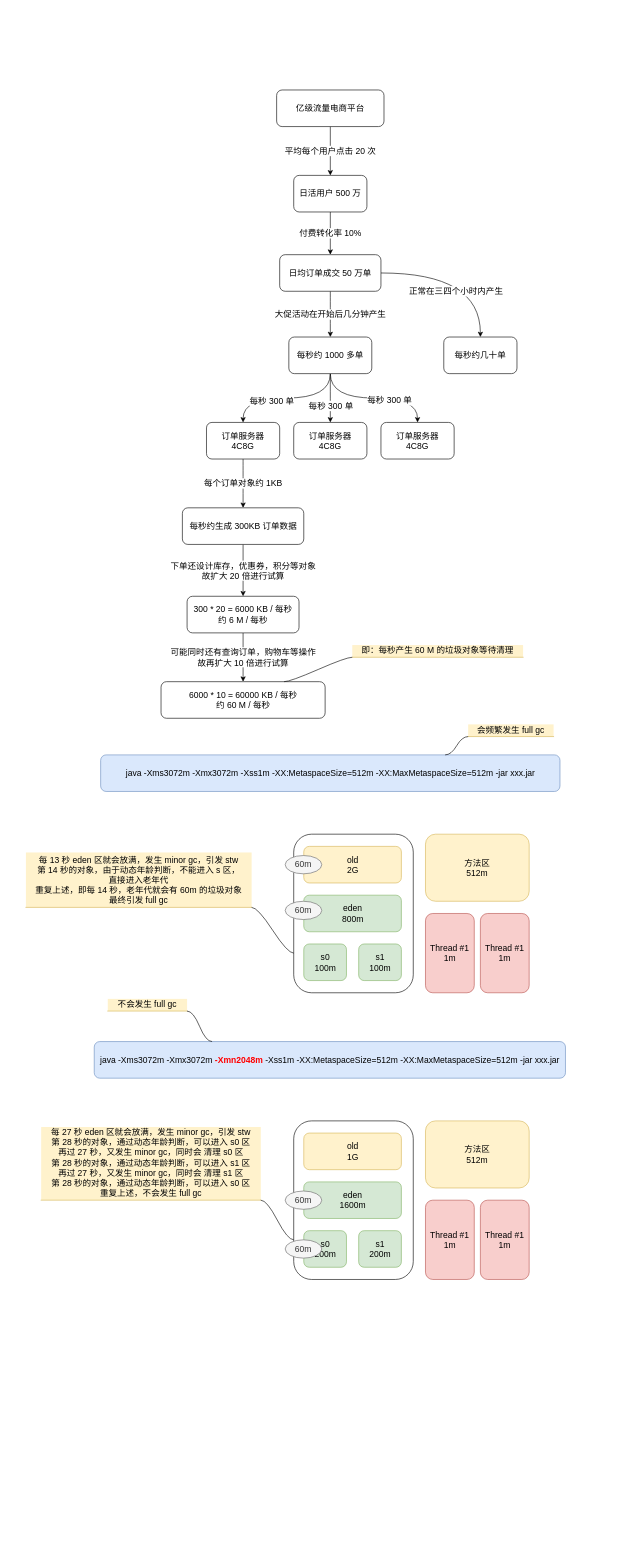
Earlier version of the draw.io diagram jvm/优化案例.drawio (thebesteric/draw.io). Source tidied: cells renumbered, new cells numbered last; positions are measured from the earlier drawing's top-left corner, leaving out a move shared by most shapes. Both pictures are drawn from the tidied source at 61%, with x=0, y=0 at pixel (26, 90).
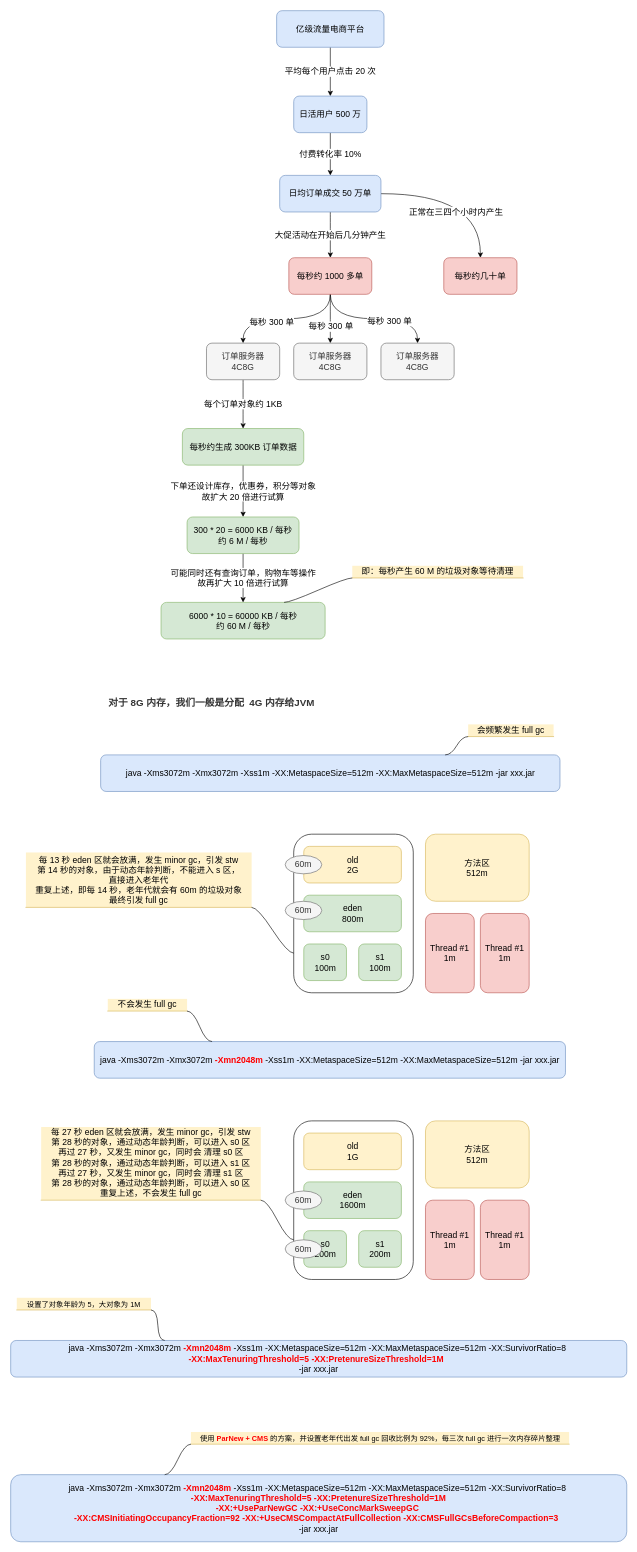
Above is the later version.

Change to the diagram source:
```diff
@@
-    <mxCell id="4" value="亿级流量电商平台" style="rounded=1;whiteSpace=wrap;html=1;shadow=0;labelBackgroundColor=none;fontSize=14;fontColor=#000000;fillColor=default;gradientColor=none;" parent="1" vertex="1">
-      <mxGeometry x="411" width="176" height="60" as="geometry" />
+    <mxCell id="4" value="亿级流量电商平台" style="rounded=1;whiteSpace=wrap;html=1;shadow=0;labelBackgroundColor=none;fontSize=14;fillColor=#dae8fc;strokeColor=#6c8ebf;" parent="1" vertex="1">
+      <mxGeometry x="411" y="-130" width="176" height="60" as="geometry" />
     </mxCell>
@@
-    <mxCell id="6" value="日活用户 500 万" style="whiteSpace=wrap;html=1;fontSize=14;fontColor=#000000;rounded=1;shadow=0;labelBackgroundColor=none;gradientColor=none;" parent="1" vertex="1">
-      <mxGeometry x="439" y="140" width="120" height="60" as="geometry" />
+    <mxCell id="6" value="日活用户 500 万" style="whiteSpace=wrap;html=1;fontSize=14;rounded=1;shadow=0;labelBackgroundColor=none;fillColor=#dae8fc;strokeColor=#6c8ebf;" parent="1" vertex="1">
+      <mxGeometry x="439" y="10" width="120" height="60" as="geometry" />
     </mxCell>
@@
-    <mxCell id="9" value="日均订单成交 50 万单" style="whiteSpace=wrap;html=1;fontSize=14;fontColor=#000000;rounded=1;shadow=0;labelBackgroundColor=none;gradientColor=none;" parent="1" vertex="1">
-      <mxGeometry x="416" y="270" width="166" height="60" as="geometry" />
+    <mxCell id="9" value="日均订单成交 50 万单" style="whiteSpace=wrap;html=1;fontSize=14;rounded=1;shadow=0;labelBackgroundColor=none;fillColor=#dae8fc;strokeColor=#6c8ebf;" parent="1" vertex="1">
+      <mxGeometry x="416" y="140" width="166" height="60" as="geometry" />
     </mxCell>
-    <mxCell id="10" value="每秒约几十单" style="whiteSpace=wrap;html=1;fontSize=14;fontColor=#000000;rounded=1;shadow=0;labelBackgroundColor=none;gradientColor=none;" parent="1" vertex="1">
-      <mxGeometry x="685" y="405" width="120" height="60" as="geometry" />
+    <mxCell id="10" value="每秒约几十单" style="whiteSpace=wrap;html=1;fontSize=14;rounded=1;shadow=0;labelBackgroundColor=none;fillColor=#f8cecc;strokeColor=#b85450;" parent="1" vertex="1">
+      <mxGeometry x="685" y="275" width="120" height="60" as="geometry" />
     </mxCell>
@@
-    <mxCell id="17" value="每秒约 1000 多单" style="whiteSpace=wrap;html=1;fontSize=14;fontColor=#000000;rounded=1;shadow=0;labelBackgroundColor=none;gradientColor=none;" parent="1" vertex="1">
-      <mxGeometry x="431" y="405" width="136" height="60" as="geometry" />
+    <mxCell id="17" value="每秒约 1000 多单" style="whiteSpace=wrap;html=1;fontSize=14;rounded=1;shadow=0;labelBackgroundColor=none;fillColor=#f8cecc;strokeColor=#b85450;" parent="1" vertex="1">
+      <mxGeometry x="431" y="275" width="136" height="60" as="geometry" />
     </mxCell>
@@
-    <mxCell id="19" value="订单服务器&lt;br&gt;4C8G" style="whiteSpace=wrap;html=1;fontSize=14;fontColor=#000000;rounded=1;shadow=0;labelBackgroundColor=none;gradientColor=none;" parent="1" vertex="1">
-      <mxGeometry x="296" y="545" width="120" height="60" as="geometry" />
+    <mxCell id="19" value="订单服务器&lt;br&gt;4C8G" style="whiteSpace=wrap;html=1;fontSize=14;fontColor=#333333;rounded=1;shadow=0;labelBackgroundColor=none;fillColor=#f5f5f5;strokeColor=#666666;" parent="1" vertex="1">
+      <mxGeometry x="296" y="415" width="120" height="60" as="geometry" />
     </mxCell>
-    <mxCell id="20" value="订单服务器&lt;br&gt;4C8G" style="whiteSpace=wrap;html=1;fontSize=14;fontColor=#000000;rounded=1;shadow=0;labelBackgroundColor=none;gradientColor=none;" parent="1" vertex="1">
-      <mxGeometry x="439" y="545" width="120" height="60" as="geometry" />
+    <mxCell id="20" value="订单服务器&lt;br&gt;4C8G" style="whiteSpace=wrap;html=1;fontSize=14;fontColor=#333333;rounded=1;shadow=0;labelBackgroundColor=none;fillColor=#f5f5f5;strokeColor=#666666;" parent="1" vertex="1">
+      <mxGeometry x="439" y="415" width="120" height="60" as="geometry" />
     </mxCell>
-    <mxCell id="21" value="&lt;span style=&quot;&quot;&gt;订单服务器&lt;/span&gt;&lt;br style=&quot;&quot;&gt;&lt;span style=&quot;&quot;&gt;4C8G&lt;/span&gt;" style="whiteSpace=wrap;html=1;fontSize=14;fontColor=#000000;rounded=1;shadow=0;labelBackgroundColor=none;gradientColor=none;" parent="1" vertex="1">
-      <mxGeometry x="582" y="545" width="120" height="60" as="geometry" />
+    <mxCell id="21" value="&lt;span style=&quot;&quot;&gt;订单服务器&lt;/span&gt;&lt;br style=&quot;&quot;&gt;&lt;span style=&quot;&quot;&gt;4C8G&lt;/span&gt;" style="whiteSpace=wrap;html=1;fontSize=14;fontColor=#333333;rounded=1;shadow=0;labelBackgroundColor=none;fillColor=#f5f5f5;strokeColor=#666666;" parent="1" vertex="1">
+      <mxGeometry x="582" y="415" width="120" height="60" as="geometry" />
     </mxCell>
@@
-    <mxCell id="23" value="每秒约生成 300KB 订单数据" style="whiteSpace=wrap;html=1;fontSize=14;fontColor=#000000;rounded=1;shadow=0;labelBackgroundColor=none;gradientColor=none;" parent="1" vertex="1">
-      <mxGeometry x="256.5" y="685" width="199" height="60" as="geometry" />
+    <mxCell id="23" value="每秒约生成 300KB 订单数据" style="whiteSpace=wrap;html=1;fontSize=14;rounded=1;shadow=0;labelBackgroundColor=none;fillColor=#d5e8d4;strokeColor=#82b366;" parent="1" vertex="1">
+      <mxGeometry x="256.5" y="555" width="199" height="60" as="geometry" />
     </mxCell>
@@
-    <mxCell id="25" value="300 * 20 = 6000 KB / 每秒&lt;br&gt;约 6 M / 每秒" style="whiteSpace=wrap;html=1;fontSize=14;fontColor=#000000;rounded=1;shadow=0;labelBackgroundColor=none;gradientColor=none;" parent="1" vertex="1">
-      <mxGeometry x="264.2" y="830" width="183.5" height="60" as="geometry" />
+    <mxCell id="25" value="300 * 20 = 6000 KB / 每秒&lt;br&gt;约 6 M / 每秒" style="whiteSpace=wrap;html=1;fontSize=14;rounded=1;shadow=0;labelBackgroundColor=none;fillColor=#d5e8d4;strokeColor=#82b366;" parent="1" vertex="1">
+      <mxGeometry x="264.2" y="700" width="183.5" height="60" as="geometry" />
     </mxCell>
-    <mxCell id="26" value="&lt;span style=&quot;&quot;&gt;6000 * 10 = 60000 KB / 每秒&lt;br&gt;约 60 M / 每秒&lt;br&gt;&lt;/span&gt;" style="whiteSpace=wrap;html=1;fontSize=14;fontColor=#000000;rounded=1;shadow=0;labelBackgroundColor=none;gradientColor=none;" parent="1" vertex="1">
-      <mxGeometry x="221.5" y="970" width="269" height="60" as="geometry" />
+    <mxCell id="26" value="&lt;span style=&quot;&quot;&gt;6000 * 10 = 60000 KB / 每秒&lt;br&gt;约 60 M / 每秒&lt;br&gt;&lt;/span&gt;" style="whiteSpace=wrap;html=1;fontSize=14;rounded=1;shadow=0;labelBackgroundColor=none;fillColor=#d5e8d4;strokeColor=#82b366;" parent="1" vertex="1">
+      <mxGeometry x="221.5" y="840" width="269" height="60" as="geometry" />
     </mxCell>
     <mxCell id="27" value="即：每秒产生 60 M 的垃圾对象等待清理" style="whiteSpace=wrap;html=1;shape=partialRectangle;top=0;left=0;bottom=1;right=0;points=[[0,1],[1,1]];fillColor=#fff2cc;align=center;verticalAlign=bottom;routingCenterY=0.5;snapToPoint=1;newEdgeStyle={&quot;edgeStyle&quot;:&quot;entityRelationEdgeStyle&quot;,&quot;startArrow&quot;:&quot;none&quot;,&quot;endArrow&quot;:&quot;none&quot;,&quot;segment&quot;:10,&quot;curved&quot;:1};shadow=0;labelBackgroundColor=none;fontSize=14;strokeColor=#d6b656;" parent="1" vertex="1">
-      <mxGeometry x="535" y="910" width="280" height="20" as="geometry" />
+      <mxGeometry x="535" y="780" width="280" height="20" as="geometry" />
     </mxCell>
@@
+    <mxCell id="58" value="java -Xms3072m -Xmx3072m &lt;b&gt;&lt;font color=&quot;#ff0000&quot;&gt;-Xmn2048m&lt;/font&gt;&lt;/b&gt; -Xss1m -XX:MetaspaceSize=512m -XX:MaxMetaspaceSize=512m&amp;nbsp;&lt;span style=&quot;background-color: initial;&quot;&gt;-XX:SurvivorRatio=8&amp;nbsp;&lt;br&gt;&lt;/span&gt;&lt;div style=&quot;&quot;&gt;&lt;b&gt;&lt;font color=&quot;#ff0000&quot;&gt;                -XX:MaxTenuringThreshold=5 -XX:PretenureSizeThreshold=1M&lt;/font&gt;&lt;/b&gt; &amp;nbsp;&lt;/div&gt;&lt;span style=&quot;background-color: initial;&quot;&gt;              &lt;/span&gt;-jar xxx.jar" style="rounded=1;whiteSpace=wrap;html=1;shadow=0;labelBackgroundColor=none;fontSize=14;fillColor=#dae8fc;strokeColor=#6c8ebf;" parent="1" vertex="1">
+      <mxGeometry x="-25" y="2050" width="1010" height="60" as="geometry" />
+    </mxCell>
+    <mxCell id="59" value="&lt;div style=&quot;line-height: 1.75; font-size: 14px; text-align: left;&quot; id=&quot;jhQO-1654789365863&quot;&gt;&lt;span style=&quot;font-size: 16px;color: rgb(53, 53, 53);font-weight: bold;&quot;&gt;对于 8G 内存，我们一般是分配&amp;nbsp; 4G 内存给JVM&lt;/span&gt;&lt;/div&gt;" style="text;html=1;strokeColor=none;fillColor=none;align=center;verticalAlign=middle;whiteSpace=wrap;rounded=0;shadow=0;labelBackgroundColor=none;fontSize=12;fontColor=#FF0000;" parent="1" vertex="1">
+      <mxGeometry x="122.5" y="990" width="363" height="30" as="geometry" />
+    </mxCell>
+    <mxCell id="60" value="设置了对象年龄为 5，大对象为 1M" style="whiteSpace=wrap;html=1;shape=partialRectangle;top=0;left=0;bottom=1;right=0;points=[[0,1],[1,1]];fillColor=#fff2cc;align=center;verticalAlign=bottom;routingCenterY=0.5;snapToPoint=1;newEdgeStyle={&quot;edgeStyle&quot;:&quot;entityRelationEdgeStyle&quot;,&quot;startArrow&quot;:&quot;none&quot;,&quot;endArrow&quot;:&quot;none&quot;,&quot;segment&quot;:10,&quot;curved&quot;:1};shadow=0;labelBackgroundColor=none;fontSize=12;strokeColor=#d6b656;" parent="1" vertex="1">
+      <mxGeometry x="-15" y="1980" width="220" height="20" as="geometry" />
+    </mxCell>
+    <mxCell id="61" style="edgeStyle=entityRelationEdgeStyle;startArrow=none;endArrow=none;segment=10;curved=1;rounded=0;fontColor=#000000;labelBackgroundColor=none;fontSize=12;exitX=0.25;exitY=0;exitDx=0;exitDy=0;" parent="1" edge="1" source="58" target="60">
+      <mxGeometry relative="1" as="geometry" />
+    </mxCell>
+    <mxCell id="62" value="java -Xms3072m -Xmx3072m &lt;b&gt;&lt;font color=&quot;#ff0000&quot;&gt;-Xmn2048m&lt;/font&gt;&lt;/b&gt; -Xss1m -XX:MetaspaceSize=512m -XX:MaxMetaspaceSize=512m&amp;nbsp;&lt;span style=&quot;background-color: initial;&quot;&gt;-XX:SurvivorRatio=8&amp;nbsp;&lt;br&gt;&lt;/span&gt;&lt;div style=&quot;&quot;&gt;&lt;b&gt;&lt;font color=&quot;#ff0000&quot;&gt;                -XX:MaxTenuringThreshold=5 -XX:PretenureSizeThreshold=1M&lt;/font&gt;&lt;/b&gt;&lt;/div&gt;&lt;div style=&quot;&quot;&gt;&lt;b&gt;&lt;font color=&quot;#ff0000&quot;&gt;                -XX:+UseParNewGC -XX:+UseConcMarkSweepGC&lt;/font&gt;&lt;/b&gt;&amp;nbsp;&lt;/div&gt;&lt;div style=&quot;&quot;&gt;&lt;b&gt;&lt;font color=&quot;#ff0000&quot;&gt;                -XX:CMSInitiatingOccupancyFraction=92 -XX:+UseCMSCompactAtFullCollection -XX:CMSFullGCsBeforeCompaction=3&amp;nbsp;&lt;span style=&quot;background-color: initial;&quot;&gt;&amp;nbsp;&lt;/span&gt;&lt;/font&gt;&lt;/b&gt;&lt;/div&gt;&lt;span style=&quot;background-color: initial;&quot;&gt;              &lt;/span&gt;-jar xxx.jar" style="rounded=1;whiteSpace=wrap;html=1;shadow=0;labelBackgroundColor=none;fontSize=14;fillColor=#dae8fc;strokeColor=#6c8ebf;" parent="1" vertex="1">
+      <mxGeometry x="-25" y="2270" width="1010" height="110" as="geometry" />
+    </mxCell>
+    <mxCell id="63" value="使用 &lt;b&gt;&lt;font color=&quot;#ff0000&quot;&gt;ParNew + CMS&lt;/font&gt;&lt;/b&gt; 的方案，并设置老年代出发 full gc 回收比例为 92%，每三次 full gc 进行一次内存碎片整理" style="whiteSpace=wrap;html=1;shape=partialRectangle;top=0;left=0;bottom=1;right=0;points=[[0,1],[1,1]];fillColor=#fff2cc;align=center;verticalAlign=bottom;routingCenterY=0.5;snapToPoint=1;newEdgeStyle={&quot;edgeStyle&quot;:&quot;entityRelationEdgeStyle&quot;,&quot;startArrow&quot;:&quot;none&quot;,&quot;endArrow&quot;:&quot;none&quot;,&quot;segment&quot;:10,&quot;curved&quot;:1};shadow=0;labelBackgroundColor=none;fontSize=12;strokeColor=#d6b656;" parent="1" vertex="1">
+      <mxGeometry x="270.5" y="2200" width="620" height="20" as="geometry" />
+    </mxCell>
+    <mxCell id="64" style="edgeStyle=entityRelationEdgeStyle;startArrow=none;endArrow=none;segment=10;curved=1;rounded=0;fontColor=#000000;labelBackgroundColor=none;fontSize=12;exitX=0.25;exitY=0;exitDx=0;exitDy=0;entryX=0;entryY=1;entryDx=0;entryDy=0;" parent="1" edge="1" source="62" target="63">
+      <mxGeometry relative="1" as="geometry" />
+    </mxCell>
```
